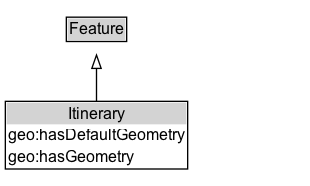
The Graphviz diagram docs/diagrams/Itinerary.dot.png in ISO-TC204/ontology-its-location-v1, before a commit. Its source is kept beside it as docs/diagrams/Itinerary.dot. The source it was exported from:
```dot
digraph {
	graph [overlap=false rankdir=TB splines=true]
	node [fontname=Arial fontsize=12 margin=0 shape=none]
	edge [fontname=Arial fontsize=11]
	{
		rank=source
		Feature [label=<<TABLE BORDER="1" CELLBORDER="0" CELLSPACING="0" CELLPADDING="1"><TR><TD BGCOLOR="lightgray" ALIGN="CENTER">Feature</TD></TR></TABLE>> URL="../Feature" margin=0]
	}
	Itinerary [label=<<TABLE BORDER="1" CELLBORDER="0" CELLSPACING="0" CELLPADDING="1"><TR><TD BGCOLOR="lightgray" ALIGN="CENTER">Itinerary</TD></TR><TR><TD ALIGN="LEFT">geo:hasDefaultGeometry</TD></TR><TR><TD ALIGN="LEFT">geo:hasGeometry</TD></TR></TABLE>> URL="../Itinerary" margin=0]
	{
		rank=max
	}
	subgraph cluster_associated {
		label="" style=invis
		Invis [label=<<TABLE BORDER="0" CELLBORDER="0" CELLSPACING="0" CELLPADDING="1"><TR><TD></TD></TR></TABLE>> margin=0 style=invis]
	}
	Itinerary -> Feature [arrowhead=onormal style=solid]
}
```
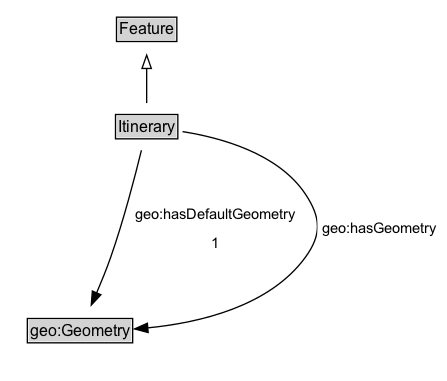
Above is the later version.

Change to the diagram source:
```diff
@@ -6,13 +6,19 @@
 		rank=source
 		Feature [label=<<TABLE BORDER="1" CELLBORDER="0" CELLSPACING="0" CELLPADDING="1"><TR><TD BGCOLOR="lightgray" ALIGN="CENTER">Feature</TD></TR></TABLE>> URL="../Feature" margin=0]
 	}
-	Itinerary [label=<<TABLE BORDER="1" CELLBORDER="0" CELLSPACING="0" CELLPADDING="1"><TR><TD BGCOLOR="lightgray" ALIGN="CENTER">Itinerary</TD></TR><TR><TD ALIGN="LEFT">geo:hasDefaultGeometry</TD></TR><TR><TD ALIGN="LEFT">geo:hasGeometry</TD></TR></TABLE>> URL="../Itinerary" margin=0]
+	Itinerary [label=<<TABLE BORDER="1" CELLBORDER="0" CELLSPACING="0" CELLPADDING="1"><TR><TD BGCOLOR="lightgray" ALIGN="CENTER">Itinerary</TD></TR></TABLE>> URL="../Itinerary" margin=0]
 	{
 		rank=max
 	}
 	subgraph cluster_associated {
 		label="" style=invis
 		Invis [label=<<TABLE BORDER="0" CELLBORDER="0" CELLSPACING="0" CELLPADDING="1"><TR><TD></TD></TR></TABLE>> margin=0 style=invis]
+		geo_Geometry [label=<<TABLE BORDER="1" CELLBORDER="0" CELLSPACING="0" CELLPADDING="1"><TR><TD BGCOLOR="lightgray" ALIGN="CENTER">geo:Geometry</TD></TR></TABLE>> URL="https://w3id.org/citydata/imported/geo/latest/Geometry" margin=0]
 	}
 	Itinerary -> Feature [arrowhead=onormal style=solid]
+	Itinerary -> Invis [style=invis]
+	Invis -> geo_Geometry [style=invis]
+	geo_Geometry [label=<<TABLE BORDER="1" CELLBORDER="0" CELLSPACING="0" CELLPADDING="1"><TR><TD BGCOLOR="lightgray" ALIGN="CENTER">geo:Geometry</TD></TR></TABLE>> URL="https://w3id.org/citydata/imported/geo/latest/Geometry" margin=0]
+	Itinerary -> geo_Geometry [label=<<TABLE BORDER="0" CELLBORDER="0" CELLSPACING="0" CELLPADDING="4" BGCOLOR="white"><TR><TD ALIGN="CENTER">geo:hasDefaultGeometry</TD></TR><TR><TD ALIGN="CENTER">1</TD></TR></TABLE>> arrowhead=normal style=solid]
+	Itinerary -> geo_Geometry [label=<<TABLE BORDER="0" CELLBORDER="0" CELLSPACING="0" CELLPADDING="4" BGCOLOR="white"><TR><TD ALIGN="CENTER">geo:hasGeometry</TD></TR></TABLE>> arrowhead=normal style=solid]
 }
```
